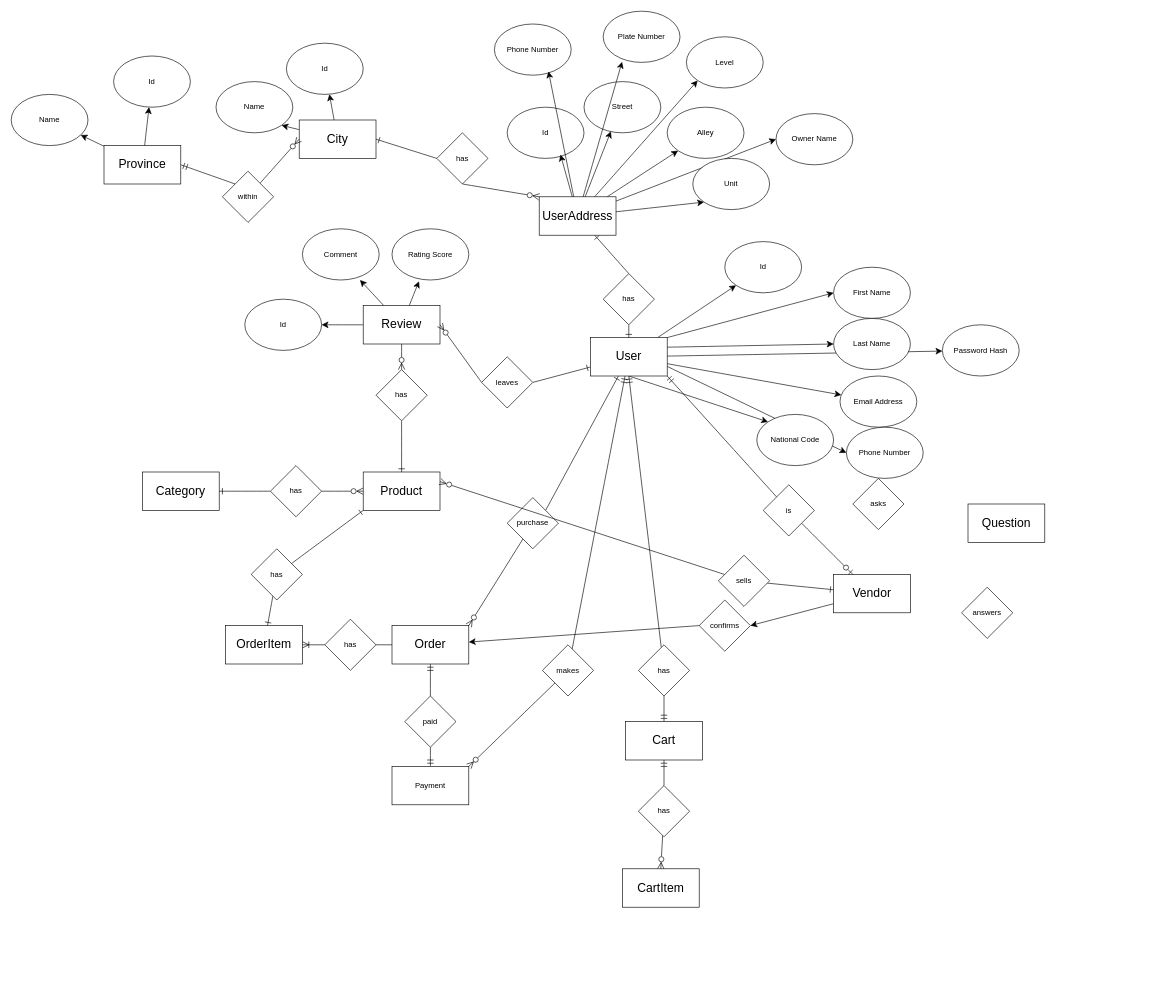
Before: docs/database/erd.drawio in mohammadnazarkhani/E-Commerce-NETCore-REST-API, a draw.io diagram. Source tidied: cells renumbered, new cells numbered last; positions are measured from the earlier drawing's top-left corner, leaving out a move shared by most shapes. Both pictures are drawn from the tidied source at 64%, with x=0, y=0 at pixel (11, 11).
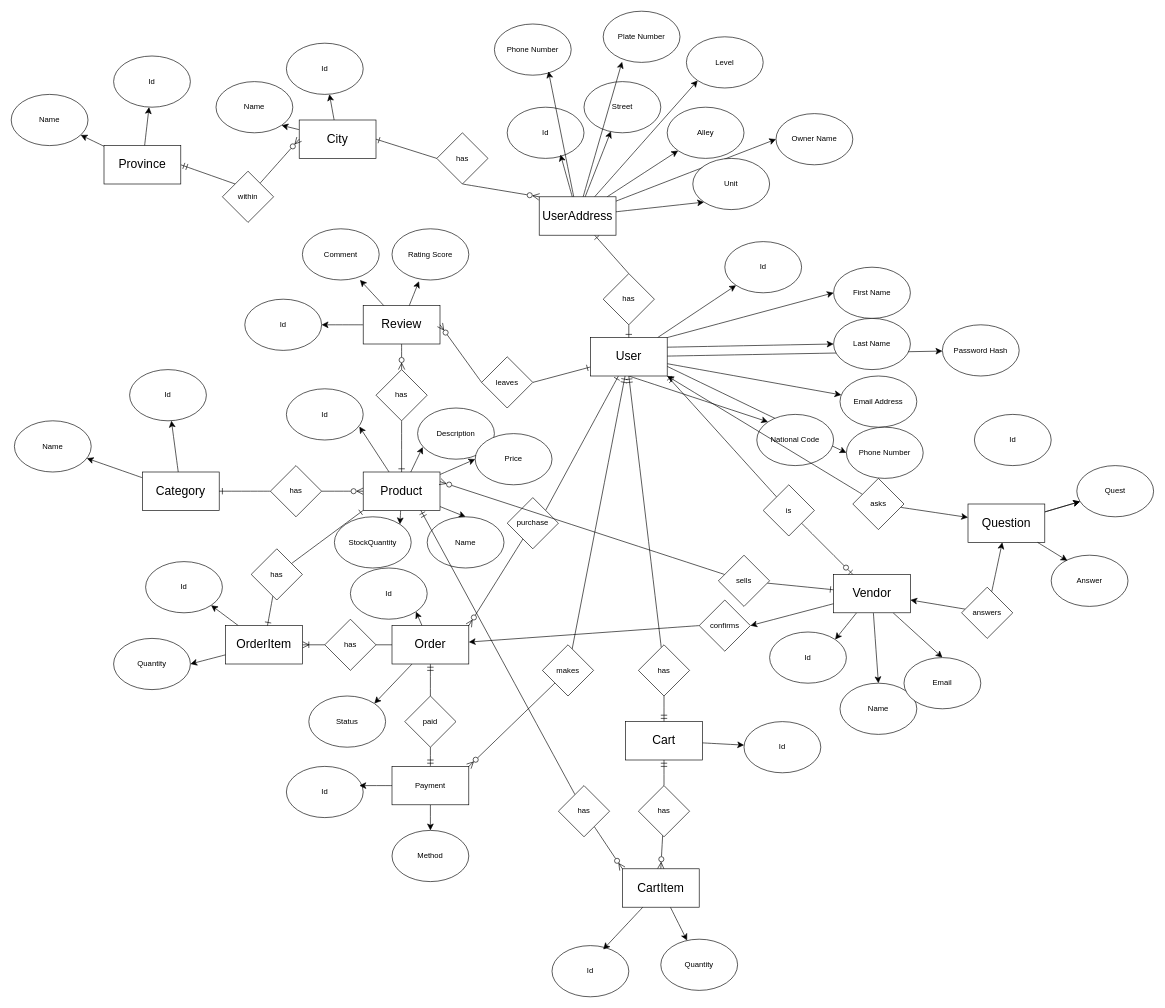
The same diagram, later.

Commit message (it also covers changes not shown here):
docs: Refactor code structure for improved readability and maintainability also enhanced the docs and completed the erd diagram

The change refers to these unchanged cells:
```xml
<mxCell id="12" value="User" style="rounded=0;whiteSpace=wrap;html=1;fontSize=19;" parent="1" vertex="1">
  <mxGeometry x="905" y="510" width="120" height="60" as="geometry" />
</mxCell>
<mxCell id="28" value="Product" style="rounded=0;whiteSpace=wrap;html=1;fontSize=19;direction=west;verticalAlign=middle;" parent="1" vertex="1">
  <mxGeometry x="550" y="720" width="120" height="60" as="geometry" />
</mxCell>
<mxCell id="29" value="Category" style="rounded=0;whiteSpace=wrap;html=1;fontSize=19;direction=west;verticalAlign=middle;" parent="1" vertex="1">
  <mxGeometry x="205" y="720" width="120" height="60" as="geometry" />
</mxCell>
<mxCell id="32" value="Vendor" style="rounded=0;whiteSpace=wrap;html=1;fontSize=19;" parent="1" vertex="1">
  <mxGeometry x="1285" y="880" width="120" height="60" as="geometry" />
</mxCell>
<mxCell id="33" value="Question" style="rounded=0;whiteSpace=wrap;html=1;fontSize=19;" parent="1" vertex="1">
  <mxGeometry x="1495" y="770" width="120" height="60" as="geometry" />
</mxCell>
<mxCell id="36" value="Cart" style="rounded=0;whiteSpace=wrap;html=1;fontSize=19;" parent="1" vertex="1">
  <mxGeometry x="960" y="1110" width="120" height="60" as="geometry" />
</mxCell>
<mxCell id="38" value="CartItem" style="rounded=0;whiteSpace=wrap;html=1;fontSize=19;" parent="1" vertex="1">
  <mxGeometry x="955" y="1340" width="120" height="60" as="geometry" />
</mxCell>
<mxCell id="43" value="OrderItem" style="rounded=0;whiteSpace=wrap;html=1;fontSize=19;" parent="1" vertex="1">
  <mxGeometry x="335" y="960" width="120" height="60" as="geometry" />
</mxCell>
<mxCell id="45" value="Order" style="rounded=0;whiteSpace=wrap;html=1;fontSize=19;" parent="1" vertex="1">
  <mxGeometry x="595" y="960" width="120" height="60" as="geometry" />
</mxCell>
<mxCell id="71" value="asks" style="rhombus;whiteSpace=wrap;html=1;" parent="1" vertex="1">
  <mxGeometry x="1315" y="730" width="80" height="80" as="geometry" />
</mxCell>
<mxCell id="72" value="answers" style="rhombus;whiteSpace=wrap;html=1;" parent="1" vertex="1">
  <mxGeometry x="1485" y="900" width="80" height="80" as="geometry" />
</mxCell>
<mxCell id="82" value="Payment" style="rounded=0;whiteSpace=wrap;html=1;" parent="1" vertex="1">
  <mxGeometry x="595" y="1180" width="120" height="60" as="geometry" />
</mxCell>
```

What changed in the source:
```diff
@@
+    <mxCell id="111" style="edgeStyle=none;curved=1;rounded=0;jettySize=auto;html=1;fontSize=12;startSize=8;endSize=8;entryX=0.95;entryY=0.738;entryDx=0;entryDy=0;entryPerimeter=0;" parent="1" edge="1" source="28" target="135">
+      <mxGeometry relative="1" as="geometry" />
+    </mxCell>
+    <mxCell id="112" style="edgeStyle=none;curved=1;rounded=0;jettySize=auto;html=1;entryX=0;entryY=0.5;entryDx=0;entryDy=0;fontSize=12;startSize=8;endSize=8;" parent="1" edge="1" source="28" target="138">
+      <mxGeometry relative="1" as="geometry" />
+    </mxCell>
+    <mxCell id="113" style="edgeStyle=none;curved=1;rounded=0;jettySize=auto;html=1;entryX=0.5;entryY=0;entryDx=0;entryDy=0;fontSize=12;startSize=8;endSize=8;" parent="1" edge="1" source="28" target="136">
+      <mxGeometry relative="1" as="geometry" />
+    </mxCell>
+    <mxCell id="114" style="edgeStyle=none;curved=1;rounded=0;jettySize=auto;html=1;entryX=1;entryY=0;entryDx=0;entryDy=0;fontSize=12;startSize=8;endSize=8;" parent="1" edge="1" source="28" target="139">
+      <mxGeometry relative="1" as="geometry" />
+    </mxCell>
@@
+    <mxCell id="115" style="edgeStyle=none;curved=1;rounded=0;jettySize=auto;html=1;fontSize=12;startSize=8;endSize=8;" parent="1" edge="1" source="29" target="133">
+      <mxGeometry relative="1" as="geometry" />
+    </mxCell>
+    <mxCell id="116" style="edgeStyle=none;curved=1;rounded=0;jettySize=auto;html=1;fontSize=12;startSize=8;endSize=8;" parent="1" edge="1" source="29" target="134">
+      <mxGeometry relative="1" as="geometry" />
+    </mxCell>
@@
+    <mxCell id="117" style="edgeStyle=none;curved=1;rounded=0;jettySize=auto;html=1;entryX=1;entryY=0;entryDx=0;entryDy=0;fontSize=12;startSize=8;endSize=8;" parent="1" edge="1" source="32" target="155">
+      <mxGeometry relative="1" as="geometry" />
+    </mxCell>
+    <mxCell id="118" style="edgeStyle=none;curved=1;rounded=0;jettySize=auto;html=1;entryX=0.5;entryY=0;entryDx=0;entryDy=0;fontSize=12;startSize=8;endSize=8;" parent="1" edge="1" source="32" target="156">
+      <mxGeometry relative="1" as="geometry" />
+    </mxCell>
+    <mxCell id="119" style="edgeStyle=none;curved=1;rounded=0;jettySize=auto;html=1;entryX=0.5;entryY=0;entryDx=0;entryDy=0;fontSize=12;startSize=8;endSize=8;" parent="1" edge="1" source="32" target="157">
+      <mxGeometry relative="1" as="geometry" />
+    </mxCell>
@@
+    <mxCell id="120" style="edgeStyle=none;curved=1;rounded=0;jettySize=auto;html=1;fontSize=12;startSize=8;endSize=8;" parent="1" edge="1" source="33" target="159">
+      <mxGeometry relative="1" as="geometry" />
+    </mxCell>
+    <mxCell id="121" style="edgeStyle=none;curved=1;rounded=0;jettySize=auto;html=1;fontSize=12;startSize=8;endSize=8;" parent="1" edge="1" source="33" target="159">
+      <mxGeometry relative="1" as="geometry" />
+    </mxCell>
@@
+    <mxCell id="122" style="edgeStyle=none;curved=1;rounded=0;jettySize=auto;html=1;fontSize=12;startSize=8;endSize=8;" parent="1" edge="1" source="36" target="148">
+      <mxGeometry relative="1" as="geometry" />
+    </mxCell>
@@
+    <mxCell id="123" style="edgeStyle=none;curved=1;rounded=0;jettySize=auto;html=1;fontSize=12;startSize=8;endSize=8;" parent="1" edge="1" source="38" target="150">
+      <mxGeometry relative="1" as="geometry" />
+    </mxCell>
@@
+    <mxCell id="124" style="edgeStyle=none;curved=1;rounded=0;jettySize=auto;html=1;entryX=1;entryY=1;entryDx=0;entryDy=0;fontSize=12;startSize=8;endSize=8;" parent="1" edge="1" source="43" target="141">
+      <mxGeometry relative="1" as="geometry" />
+    </mxCell>
+    <mxCell id="125" style="edgeStyle=none;curved=1;rounded=0;jettySize=auto;html=1;entryX=1;entryY=0.5;entryDx=0;entryDy=0;fontSize=12;startSize=8;endSize=8;" parent="1" edge="1" source="43" target="142">
+      <mxGeometry relative="1" as="geometry" />
+    </mxCell>
@@
+    <mxCell id="126" style="edgeStyle=none;curved=1;rounded=0;jettySize=auto;html=1;entryX=1;entryY=1;entryDx=0;entryDy=0;fontSize=12;startSize=8;endSize=8;" parent="1" edge="1" source="45" target="143">
+      <mxGeometry relative="1" as="geometry" />
+    </mxCell>
+    <mxCell id="127" style="edgeStyle=none;curved=1;rounded=0;jettySize=auto;html=1;entryX=1;entryY=0;entryDx=0;entryDy=0;fontSize=12;startSize=8;endSize=8;" parent="1" edge="1" source="45" target="144">
+      <mxGeometry relative="1" as="geometry" />
+    </mxCell>
@@
+    <mxCell id="128" style="edgeStyle=none;curved=1;rounded=0;jettySize=auto;html=1;fontSize=12;startSize=8;endSize=8;" parent="1" edge="1" source="71" target="33">
+      <mxGeometry relative="1" as="geometry" />
+    </mxCell>
+    <mxCell id="129" style="edgeStyle=none;curved=1;rounded=0;jettySize=auto;html=1;entryX=1;entryY=1;entryDx=0;entryDy=0;fontSize=12;startSize=8;endSize=8;" parent="1" edge="1" source="71" target="12">
+      <mxGeometry relative="1" as="geometry" />
+    </mxCell>
@@
+    <mxCell id="130" style="edgeStyle=none;curved=1;rounded=0;jettySize=auto;html=1;fontSize=12;startSize=8;endSize=8;" parent="1" edge="1" source="72" target="32">
+      <mxGeometry relative="1" as="geometry" />
+    </mxCell>
+    <mxCell id="131" style="edgeStyle=none;curved=1;rounded=0;jettySize=auto;html=1;fontSize=12;startSize=8;endSize=8;" parent="1" edge="1" source="72" target="33">
+      <mxGeometry relative="1" as="geometry" />
+    </mxCell>
@@
+    <mxCell id="132" style="edgeStyle=none;curved=1;rounded=0;jettySize=auto;html=1;entryX=0.5;entryY=0;entryDx=0;entryDy=0;fontSize=12;startSize=8;endSize=8;" parent="1" edge="1" source="82" target="146">
+      <mxGeometry relative="1" as="geometry" />
+    </mxCell>
@@
+    <mxCell id="133" value="Id" style="ellipse;whiteSpace=wrap;html=1;" parent="1" vertex="1">
+      <mxGeometry x="185" y="560" width="120" height="80" as="geometry" />
+    </mxCell>
+    <mxCell id="134" value="Name" style="ellipse;whiteSpace=wrap;html=1;" parent="1" vertex="1">
+      <mxGeometry x="5" y="640" width="120" height="80" as="geometry" />
+    </mxCell>
+    <mxCell id="135" value="Id" style="ellipse;whiteSpace=wrap;html=1;" parent="1" vertex="1">
+      <mxGeometry x="430" y="590" width="120" height="80" as="geometry" />
+    </mxCell>
+    <mxCell id="136" value="Name" style="ellipse;whiteSpace=wrap;html=1;" parent="1" vertex="1">
+      <mxGeometry x="650" y="790" width="120" height="80" as="geometry" />
+    </mxCell>
+    <mxCell id="137" value="Description" style="ellipse;whiteSpace=wrap;html=1;" parent="1" vertex="1">
+      <mxGeometry x="635" y="620" width="120" height="80" as="geometry" />
+    </mxCell>
+    <mxCell id="138" value="Price" style="ellipse;whiteSpace=wrap;html=1;" parent="1" vertex="1">
+      <mxGeometry x="725" y="660" width="120" height="80" as="geometry" />
+    </mxCell>
+    <mxCell id="139" value="StockQuantity" style="ellipse;whiteSpace=wrap;html=1;" parent="1" vertex="1">
+      <mxGeometry x="505" y="790" width="120" height="80" as="geometry" />
+    </mxCell>
+    <mxCell id="140" style="edgeStyle=none;curved=1;rounded=0;jettySize=auto;html=1;entryX=0.067;entryY=0.763;entryDx=0;entryDy=0;entryPerimeter=0;fontSize=12;startSize=8;endSize=8;" parent="1" edge="1" source="28" target="137">
+      <mxGeometry relative="1" as="geometry" />
+    </mxCell>
+    <mxCell id="141" value="Id" style="ellipse;whiteSpace=wrap;html=1;" parent="1" vertex="1">
+      <mxGeometry x="210" y="860" width="120" height="80" as="geometry" />
+    </mxCell>
+    <mxCell id="142" value="Quantity" style="ellipse;whiteSpace=wrap;html=1;" parent="1" vertex="1">
+      <mxGeometry x="160" y="980" width="120" height="80" as="geometry" />
+    </mxCell>
+    <mxCell id="143" value="Id" style="ellipse;whiteSpace=wrap;html=1;" parent="1" vertex="1">
+      <mxGeometry x="530" y="870" width="120" height="80" as="geometry" />
+    </mxCell>
+    <mxCell id="144" value="Status" style="ellipse;whiteSpace=wrap;html=1;" parent="1" vertex="1">
+      <mxGeometry x="465" y="1070" width="120" height="80" as="geometry" />
+    </mxCell>
+    <mxCell id="145" value="Id" style="ellipse;whiteSpace=wrap;html=1;" parent="1" vertex="1">
+      <mxGeometry x="430" y="1180" width="120" height="80" as="geometry" />
+    </mxCell>
+    <mxCell id="146" value="Method" style="ellipse;whiteSpace=wrap;html=1;" parent="1" vertex="1">
+      <mxGeometry x="595" y="1280" width="120" height="80" as="geometry" />
+    </mxCell>
+    <mxCell id="147" style="edgeStyle=none;curved=1;rounded=0;jettySize=auto;html=1;entryX=0.95;entryY=0.375;entryDx=0;entryDy=0;entryPerimeter=0;fontSize=12;startSize=8;endSize=8;" parent="1" edge="1" source="82" target="145">
+      <mxGeometry relative="1" as="geometry" />
+    </mxCell>
+    <mxCell id="148" value="Id" style="ellipse;whiteSpace=wrap;html=1;" parent="1" vertex="1">
+      <mxGeometry x="1145" y="1110" width="120" height="80" as="geometry" />
+    </mxCell>
+    <mxCell id="149" value="Id" style="ellipse;whiteSpace=wrap;html=1;" parent="1" vertex="1">
+      <mxGeometry x="845" y="1460" width="120" height="80" as="geometry" />
+    </mxCell>
+    <mxCell id="150" value="Quantity" style="ellipse;whiteSpace=wrap;html=1;" parent="1" vertex="1">
+      <mxGeometry x="1015" y="1450" width="120" height="80" as="geometry" />
+    </mxCell>
+    <mxCell id="151" style="edgeStyle=none;curved=1;rounded=0;jettySize=auto;html=1;entryX=0.667;entryY=0.075;entryDx=0;entryDy=0;entryPerimeter=0;fontSize=12;startSize=8;endSize=8;" parent="1" edge="1" source="38" target="149">
+      <mxGeometry relative="1" as="geometry" />
+    </mxCell>
+    <mxCell id="152" style="edgeStyle=none;curved=1;rounded=0;jettySize=auto;html=1;entryX=0;entryY=0;entryDx=0;entryDy=0;fontSize=12;startSize=8;endSize=8;endArrow=ERzeroToMany;endFill=0;" parent="1" edge="1" source="154" target="38">
+      <mxGeometry relative="1" as="geometry" />
+    </mxCell>
+    <mxCell id="153" style="edgeStyle=none;curved=1;rounded=0;jettySize=auto;html=1;entryX=0.25;entryY=0;entryDx=0;entryDy=0;fontSize=12;startSize=8;endSize=8;endArrow=ERmandOne;endFill=0;" parent="1" edge="1" source="154" target="28">
+      <mxGeometry relative="1" as="geometry" />
+    </mxCell>
+    <mxCell id="154" value="has" style="rhombus;whiteSpace=wrap;html=1;" parent="1" vertex="1">
+      <mxGeometry x="855" y="1210" width="80" height="80" as="geometry" />
+    </mxCell>
+    <mxCell id="155" value="Id" style="ellipse;whiteSpace=wrap;html=1;" parent="1" vertex="1">
+      <mxGeometry x="1185" y="970" width="120" height="80" as="geometry" />
+    </mxCell>
+    <mxCell id="156" value="Name" style="ellipse;whiteSpace=wrap;html=1;" parent="1" vertex="1">
+      <mxGeometry x="1295" y="1050" width="120" height="80" as="geometry" />
+    </mxCell>
+    <mxCell id="157" value="Email" style="ellipse;whiteSpace=wrap;html=1;" parent="1" vertex="1">
+      <mxGeometry x="1395" y="1010" width="120" height="80" as="geometry" />
+    </mxCell>
+    <mxCell id="158" value="Id" style="ellipse;whiteSpace=wrap;html=1;" parent="1" vertex="1">
+      <mxGeometry x="1505" y="630" width="120" height="80" as="geometry" />
+    </mxCell>
+    <mxCell id="159" value="Quest" style="ellipse;whiteSpace=wrap;html=1;" parent="1" vertex="1">
+      <mxGeometry x="1665" y="710" width="120" height="80" as="geometry" />
+    </mxCell>
+    <mxCell id="160" value="Answer" style="ellipse;whiteSpace=wrap;html=1;" parent="1" vertex="1">
+      <mxGeometry x="1625" y="850" width="120" height="80" as="geometry" />
+    </mxCell>
+    <mxCell id="161" style="edgeStyle=none;curved=1;rounded=0;jettySize=auto;html=1;entryX=0.211;entryY=0.108;entryDx=0;entryDy=0;entryPerimeter=0;fontSize=12;startSize=8;endSize=8;" parent="1" edge="1" source="33" target="160">
+      <mxGeometry relative="1" as="geometry" />
+    </mxCell>
```
